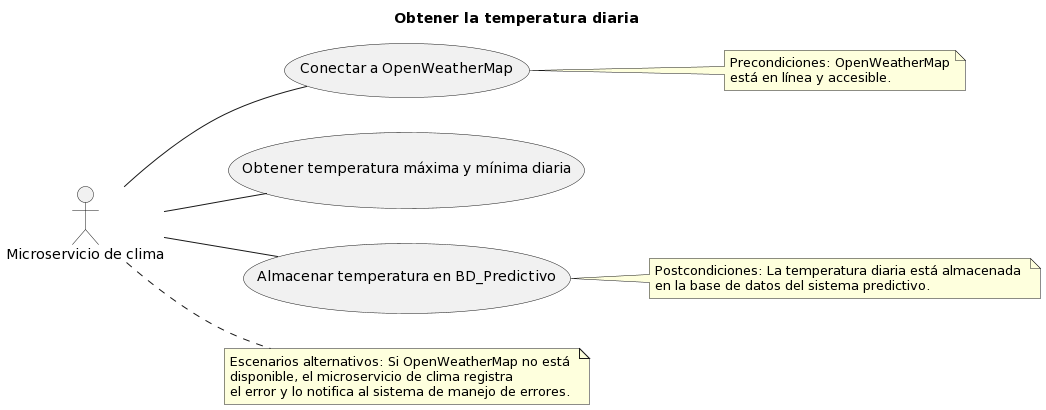
Earlier version of the PlantUML export Diagramas4+1/5-Vista Escenarios/CU-02.png (Paulerolero/Arquitectura-Modulo-Analitics-SCADA). Its diagram source:
```plantuml
@startuml
left to right direction
title Obtener la temperatura diaria

actor "Microservicio de clima" as Clima


Clima -- (Conectar a OpenWeatherMap)
Clima -- (Obtener temperatura máxima y mínima diaria)
Clima -- (Almacenar temperatura en BD_Predictivo)

note right of (Conectar a OpenWeatherMap)
  Precondiciones: OpenWeatherMap
  está en línea y accesible.
end note

note right of (Almacenar temperatura en BD_Predictivo)
  Postcondiciones: La temperatura diaria está almacenada
  en la base de datos del sistema predictivo.
end note

note right of Clima
  Escenarios alternativos: Si OpenWeatherMap no está
  disponible, el microservicio de clima registra
  el error y lo notifica al sistema de manejo de errores.
end note
@enduml
```
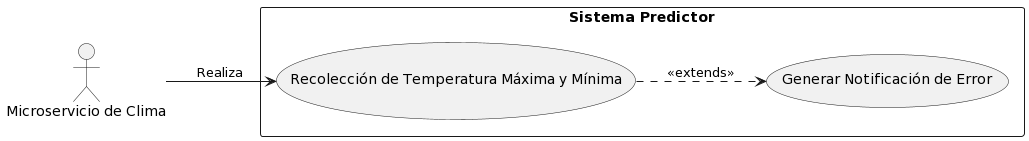
Above is the later version.

What changed in the source:
```diff
@@ -1,27 +1,13 @@
 @startuml
 left to right direction
-title Obtener la temperatura diaria
 
-actor "Microservicio de clima" as Clima
+actor "Microservicio de Clima" as M2
 
+rectangle "Sistema Predictor" {
+    usecase (Recolección de Temperatura Máxima y Mínima) as UC2
+    usecase (Generar Notificación de Error) as UC16
 
-Clima -- (Conectar a OpenWeatherMap)
-Clima -- (Obtener temperatura máxima y mínima diaria)
-Clima -- (Almacenar temperatura en BD_Predictivo)
-
-note right of (Conectar a OpenWeatherMap)
-  Precondiciones: OpenWeatherMap
-  está en línea y accesible.
-end note
-
-note right of (Almacenar temperatura en BD_Predictivo)
-  Postcondiciones: La temperatura diaria está almacenada
-  en la base de datos del sistema predictivo.
-end note
-
-note right of Clima
-  Escenarios alternativos: Si OpenWeatherMap no está
-  disponible, el microservicio de clima registra
-  el error y lo notifica al sistema de manejo de errores.
-end note
+    M2 --> UC2 : Realiza
+    UC2 ..> UC16 : <<extends>>
+}
 @enduml
```
